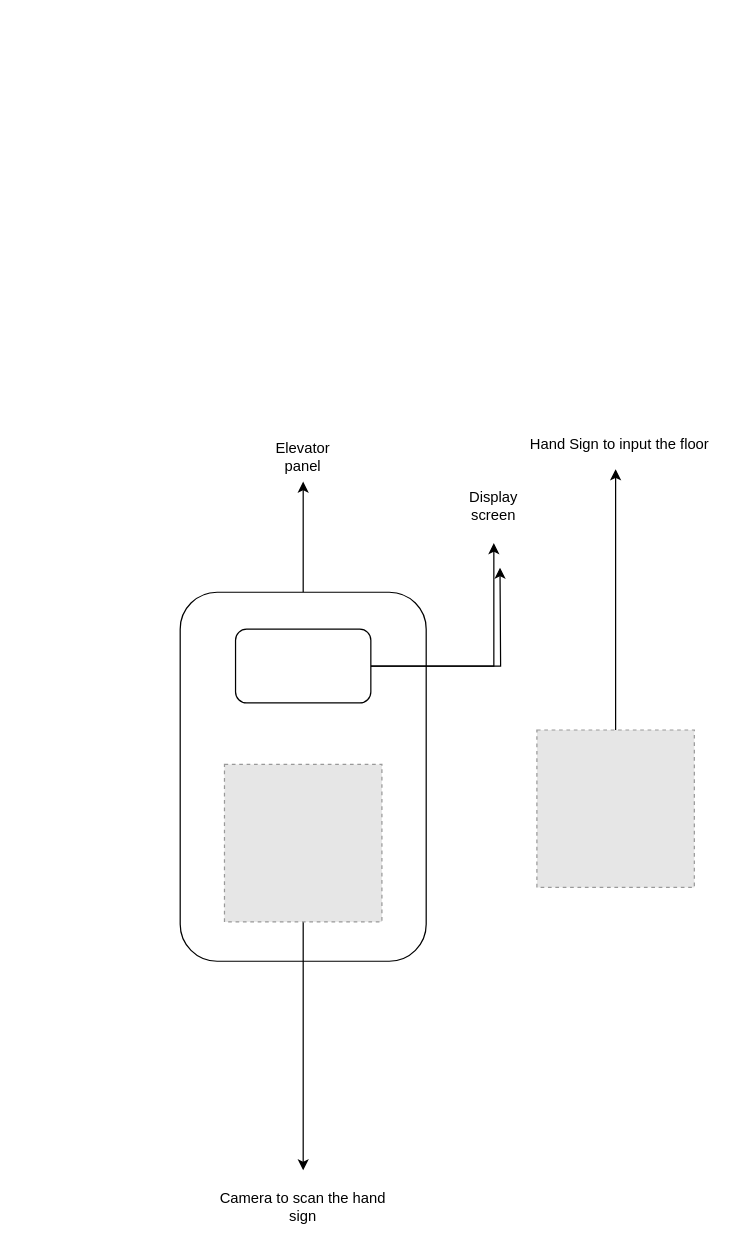
The draw.io diagram page "Design 2" (3 of 10) of Elevator-design.drawio in abhishekori/design, before the edit. Source tidied: cells renumbered, new cells numbered last; positions are measured from the earlier drawing's top-left corner, leaving out a move shared by most shapes. Both pictures are drawn from the tidied source at 123%, with x=0, y=0 at pixel (180, 432). Pictures stored in the file or linked from it are replaced by grey dashed boxes.
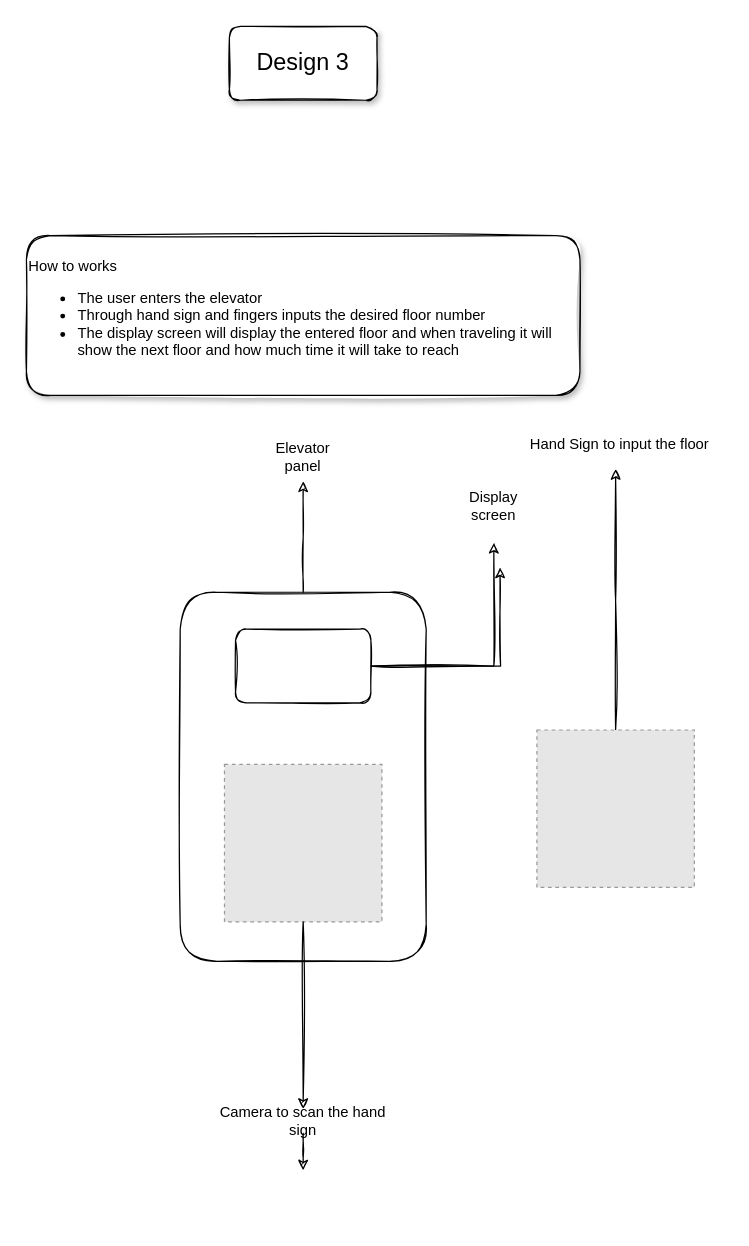
The same diagram, later.

The change refers to these unchanged cells:
```xml
<mxCell id="5" style="fillColor=#E6E6E6;strokeColor=#999999;dashed=1;html=1;verticalAlign=top;verticalLabelPosition=bottom;labelBackgroundColor=#ffffff;" parent="1" vertex="1">
  <mxGeometry x="36" y="270" width="128" height="128" as="geometry" />
</mxCell>
<mxCell id="10" style="fillColor=#E6E6E6;strokeColor=#999999;dashed=1;html=1;verticalAlign=top;verticalLabelPosition=bottom;labelBackgroundColor=#ffffff;" parent="1" vertex="1">
  <mxGeometry x="290" y="242" width="128" height="128" as="geometry" />
</mxCell>
```

The edit, as a diff of the source:
```diff
@@
-    <mxCell id="2" style="edgeStyle=orthogonalEdgeStyle;rounded=0;jettySize=auto;html=1;" parent="1" edge="1" source="3">
+    <mxCell id="2" style="edgeStyle=orthogonalEdgeStyle;rounded=0;jettySize=auto;html=1;sketch=1;" parent="1" edge="1" source="3">
       <mxGeometry relative="1" as="geometry">
         <mxPoint x="100" y="40" as="targetPoint" />
       </mxGeometry>
     </mxCell>
-    <mxCell id="3" style="rounded=1;whiteSpace=wrap;html=1;rotation=0;" parent="1" vertex="1">
+    <mxCell id="3" style="rounded=1;whiteSpace=wrap;html=1;rotation=0;sketch=1;" parent="1" vertex="1">
       <mxGeometry y="130" width="200" height="300" as="geometry" />
     </mxCell>
-    <mxCell id="4" style="edgeStyle=orthogonalEdgeStyle;rounded=0;jettySize=auto;html=1;" parent="1" edge="1" source="5">
+    <mxCell id="4" style="edgeStyle=orthogonalEdgeStyle;rounded=0;jettySize=auto;html=1;sketch=1;" parent="1" edge="1" source="14">
       <mxGeometry relative="1" as="geometry">
         <mxPoint x="100" y="600" as="targetPoint" />
       </mxGeometry>
     </mxCell>
@@
-    <mxCell id="6" style="edgeStyle=orthogonalEdgeStyle;rounded=0;jettySize=auto;html=1;" parent="1" edge="1" source="8">
+    <mxCell id="6" style="edgeStyle=orthogonalEdgeStyle;rounded=0;jettySize=auto;html=1;sketch=1;" parent="1" edge="1" source="8">
       <mxGeometry relative="1" as="geometry">
         <mxPoint x="260" y="110" as="targetPoint" />
       </mxGeometry>
     </mxCell>
-    <mxCell id="7" style="edgeStyle=orthogonalEdgeStyle;rounded=0;jettySize=auto;html=1;" parent="1" edge="1" source="8" target="13">
+    <mxCell id="7" style="edgeStyle=orthogonalEdgeStyle;rounded=0;jettySize=auto;html=1;sketch=1;" parent="1" edge="1" source="8" target="13">
       <mxGeometry relative="1" as="geometry" />
     </mxCell>
-    <mxCell id="8" style="rounded=1;whiteSpace=wrap;html=1;" parent="1" vertex="1">
+    <mxCell id="8" style="rounded=1;whiteSpace=wrap;html=1;sketch=1;" parent="1" vertex="1">
       <mxGeometry x="45" y="160" width="110" height="60" as="geometry" />
     </mxCell>
-    <mxCell id="9" style="edgeStyle=orthogonalEdgeStyle;rounded=0;jettySize=auto;html=1;" parent="1" edge="1" source="10">
+    <mxCell id="9" style="edgeStyle=orthogonalEdgeStyle;rounded=0;jettySize=auto;html=1;sketch=1;" parent="1" edge="1" source="10">
       <mxGeometry relative="1" as="geometry">
         <mxPoint x="354" y="30" as="targetPoint" />
       </mxGeometry>
     </mxCell>
@@
-    <mxCell id="11" value="Elevator panel" style="text;html=1;strokeColor=none;fillColor=none;align=center;verticalAlign=middle;whiteSpace=wrap;rounded=0;" parent="1" vertex="1">
+    <mxCell id="11" value="Elevator panel" style="text;html=1;strokeColor=none;fillColor=none;align=center;verticalAlign=middle;whiteSpace=wrap;rounded=0;sketch=1;" parent="1" vertex="1">
       <mxGeometry x="80" y="10" width="40" height="20" as="geometry" />
     </mxCell>
-    <mxCell id="12" value="Hand Sign to input the floor" style="text;html=1;strokeColor=none;fillColor=none;align=center;verticalAlign=middle;whiteSpace=wrap;rounded=0;" parent="1" vertex="1">
+    <mxCell id="12" value="Hand Sign to input the floor" style="text;html=1;strokeColor=none;fillColor=none;align=center;verticalAlign=middle;whiteSpace=wrap;rounded=0;sketch=1;" parent="1" vertex="1">
       <mxGeometry x="270" width="175" height="20" as="geometry" />
     </mxCell>
-    <mxCell id="13" value="Display screen" style="text;html=1;strokeColor=none;fillColor=none;align=center;verticalAlign=middle;whiteSpace=wrap;rounded=0;" parent="1" vertex="1">
+    <mxCell id="13" value="Display screen" style="text;html=1;strokeColor=none;fillColor=none;align=center;verticalAlign=middle;whiteSpace=wrap;rounded=0;sketch=1;" parent="1" vertex="1">
       <mxGeometry x="220" y="30" width="70" height="60" as="geometry" />
     </mxCell>
+    <mxCell id="15" value="How to works&lt;br&gt;&lt;ul&gt;&lt;li&gt;The user enters the elevator&lt;/li&gt;&lt;li&gt;Through hand sign and fingers inputs the desired floor number&lt;/li&gt;&lt;li&gt;The display screen will display the entered floor and when traveling it will show the next floor and how much time it will take to reach&lt;/li&gt;&lt;/ul&gt;" style="text;html=1;align=left;verticalAlign=middle;whiteSpace=wrap;rounded=1;fillColor=#ffffff;gradientColor=#ffffff;shadow=1;sketch=1;strokeColor=#000000;glass=0;" parent="1" vertex="1">
+      <mxGeometry x="-125" y="-160" width="450" height="130" as="geometry" />
+    </mxCell>
-    <mxCell id="14" value="Camera to scan the hand sign" style="text;html=1;strokeColor=none;fillColor=none;align=center;verticalAlign=middle;whiteSpace=wrap;rounded=0;" parent="1" vertex="1">
-      <mxGeometry x="25" y="620" width="150" height="20" as="geometry" />
+    <mxCell id="14" value="Camera to scan the hand sign" style="text;html=1;strokeColor=none;fillColor=none;align=center;verticalAlign=middle;whiteSpace=wrap;rounded=0;sketch=1;" parent="1" vertex="1">
+      <mxGeometry x="25" y="550" width="150" height="20" as="geometry" />
     </mxCell>
+    <mxCell id="16" style="edgeStyle=orthogonalEdgeStyle;rounded=0;jettySize=auto;html=1;sketch=1;" parent="1" edge="1" source="5" target="14">
+      <mxGeometry relative="1" as="geometry" />
+    </mxCell>
+    <mxCell id="17" value="&lt;font style=&quot;font-size: 19px&quot;&gt;Design 3&lt;br&gt;&lt;/font&gt;" style="rounded=1;whiteSpace=wrap;html=1;shadow=1;glass=0;sketch=1;strokeColor=#000000;fillColor=#ffffff;gradientColor=#ffffff;" parent="1" vertex="1">
+      <mxGeometry x="40" y="-330" width="120" height="60" as="geometry" />
+    </mxCell>
```
